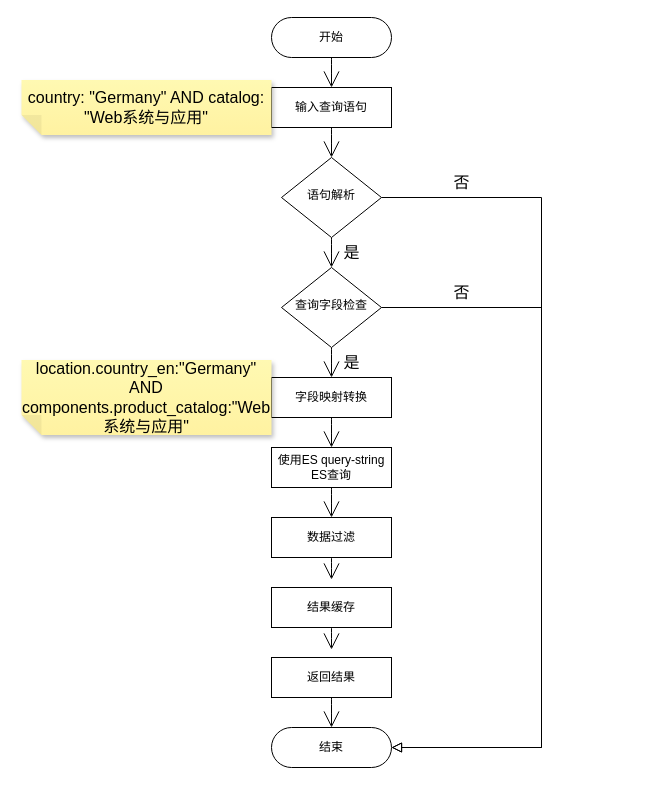
Earlier version of the draw.io diagram 未命名绘图.drawio (Darr-en1/pdf). Source tidied: cells renumbered, new cells numbered last; positions are measured from the earlier drawing's top-left corner, leaving out a move shared by most shapes. Both pictures are drawn from the tidied source at 100%, with x=0, y=0 at pixel (21, 17).
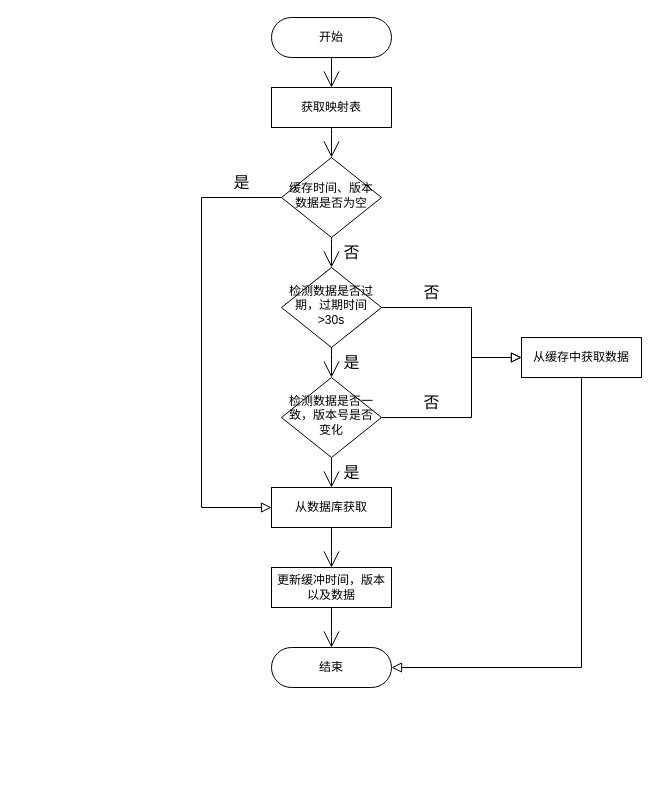
Above is the later version.

Commit message:
更新未命名绘图.drawio

The edit, as a diff of the source:
```diff
@@
-    <mxCell id="4" style="edgeStyle=orthogonalEdgeStyle;rounded=0;html=1;jettySize=auto;fontSize=11;endArrow=block;endFill=0;endSize=8;strokeWidth=1;shadow=0;labelBackgroundColor=none;exitX=1;exitY=0.5;exitDx=0;exitDy=0;entryX=1;entryY=0.5;entryDx=0;entryDy=0;" parent="1" edge="1" source="6" target="7">
-      <mxGeometry y="10" relative="1" as="geometry">
-        <Array as="points">
-          <mxPoint x="520" y="180" />
-          <mxPoint x="520" y="730" />
-        </Array>
-      </mxGeometry>
-    </mxCell>
@@
-    <mxCell id="6" value="语句解析" style="rhombus;whiteSpace=wrap;html=1;shadow=0;fontFamily=Helvetica;fontSize=12;align=center;strokeWidth=1;spacing=6;spacingTop=-4;" parent="1" vertex="1">
+    <mxCell id="6" value="缓存时间、版本数据是否为空" style="rhombus;whiteSpace=wrap;html=1;shadow=0;fontFamily=Helvetica;fontSize=12;align=center;strokeWidth=1;spacing=6;spacingTop=-4;" parent="1" vertex="1">
       <mxGeometry x="260" y="140" width="100" height="80" as="geometry" />
     </mxCell>
     <mxCell id="7" value="结束" style="rounded=1;whiteSpace=wrap;html=1;fontSize=12;glass=0;strokeWidth=1;shadow=0;arcSize=50;" parent="1" vertex="1">
-      <mxGeometry x="250" y="710" width="120" height="40" as="geometry" />
+      <mxGeometry x="250" y="630" width="120" height="40" as="geometry" />
     </mxCell>
@@
-    <mxCell id="9" value="输入查询语句" style="rounded=1;whiteSpace=wrap;html=1;fontSize=12;glass=0;strokeWidth=1;shadow=0;arcSize=0;" parent="1" vertex="1">
+    <mxCell id="9" value="获取映射表" style="rounded=1;whiteSpace=wrap;html=1;fontSize=12;glass=0;strokeWidth=1;shadow=0;arcSize=0;" parent="1" vertex="1">
       <mxGeometry x="250" y="70" width="120" height="40" as="geometry" />
     </mxCell>
-    <mxCell id="10" style="edgeStyle=none;curved=1;rounded=0;jettySize=auto;html=1;exitX=0.5;exitY=1;exitDx=0;exitDy=0;entryX=0.5;entryY=0;entryDx=0;entryDy=0;fontSize=12;endArrow=open;startSize=14;endSize=14;sourcePerimeterSpacing=8;targetPerimeterSpacing=8;" parent="1" edge="1" source="11" target="20">
-      <mxGeometry relative="1" as="geometry" />
+    <mxCell id="10" style="edgeStyle=none;curved=1;rounded=0;jettySize=auto;html=1;exitX=0.5;exitY=1;exitDx=0;exitDy=0;entryX=0.5;entryY=0;entryDx=0;entryDy=0;fontSize=12;endArrow=open;startSize=14;endSize=14;sourcePerimeterSpacing=8;targetPerimeterSpacing=8;" parent="1" edge="1" target="20">
+      <mxGeometry relative="1" as="geometry">
+        <mxPoint x="310" y="400" as="sourcePoint" />
+      </mxGeometry>
     </mxCell>
-    <mxCell id="11" value="字段映射转换" style="rounded=1;whiteSpace=wrap;html=1;fontSize=12;glass=0;strokeWidth=1;shadow=0;arcSize=0;" parent="1" vertex="1">
-      <mxGeometry x="250" y="360" width="120" height="40" as="geometry" />
-    </mxCell>
-    <mxCell id="12" style="edgeStyle=none;curved=1;rounded=0;jettySize=auto;html=1;exitX=0.5;exitY=1;exitDx=0;exitDy=0;entryX=0.5;entryY=0;entryDx=0;entryDy=0;fontSize=12;endArrow=open;startSize=14;endSize=14;sourcePerimeterSpacing=8;targetPerimeterSpacing=8;" parent="1" edge="1" source="13" target="11">
-      <mxGeometry relative="1" as="geometry" />
-    </mxCell>
+    <mxCell id="29" style="edgeStyle=none;curved=1;rounded=0;jettySize=auto;html=1;exitX=0.5;exitY=1;exitDx=0;exitDy=0;entryX=0.5;entryY=0;entryDx=0;entryDy=0;fontSize=12;endArrow=open;startSize=14;endSize=14;sourcePerimeterSpacing=8;targetPerimeterSpacing=8;" parent="1" edge="1" source="13" target="30">
+      <mxGeometry relative="1" as="geometry" />
+    </mxCell>
-    <mxCell id="13" value="查询字段检查" style="rhombus;whiteSpace=wrap;html=1;shadow=0;fontFamily=Helvetica;fontSize=12;align=center;strokeWidth=1;spacing=6;spacingTop=-4;" parent="1" vertex="1">
+    <mxCell id="13" value="检测数据是否过期，过期时间&amp;gt;30s" style="rhombus;whiteSpace=wrap;html=1;shadow=0;fontFamily=Helvetica;fontSize=12;align=center;strokeWidth=1;spacing=6;spacingTop=-4;" parent="1" vertex="1">
       <mxGeometry x="260" y="250" width="100" height="80" as="geometry" />
     </mxCell>
-    <mxCell id="14" value="是" style="text;html=1;align=center;verticalAlign=middle;strokeColor=none;fillColor=none;fontSize=16;" parent="1" vertex="1">
+    <mxCell id="14" value="否" style="text;html=1;align=center;verticalAlign=middle;strokeColor=none;fillColor=none;fontSize=16;" parent="1" vertex="1">
       <mxGeometry x="310" y="220" width="40" height="30" as="geometry" />
     </mxCell>
-    <mxCell id="15" value="否" style="text;html=1;align=center;verticalAlign=middle;strokeColor=none;fillColor=none;fontSize=16;" parent="1" vertex="1">
-      <mxGeometry x="420" y="150" width="40" height="30" as="geometry" />
-    </mxCell>
@@
-    <mxCell id="17" style="edgeStyle=orthogonalEdgeStyle;rounded=0;html=1;jettySize=auto;fontSize=11;endArrow=block;endFill=0;endSize=8;strokeWidth=1;shadow=0;labelBackgroundColor=none;exitX=1;exitY=0.5;exitDx=0;exitDy=0;entryX=1;entryY=0.5;entryDx=0;entryDy=0;" parent="1" edge="1" source="13" target="7">
+    <mxCell id="17" style="edgeStyle=orthogonalEdgeStyle;rounded=0;html=1;jettySize=auto;fontSize=11;endArrow=block;endFill=0;endSize=8;strokeWidth=1;shadow=0;labelBackgroundColor=none;exitX=1;exitY=0.5;exitDx=0;exitDy=0;entryX=0;entryY=0.5;entryDx=0;entryDy=0;" parent="1" edge="1" source="13" target="34">
       <mxGeometry y="10" relative="1" as="geometry">
         <Array as="points">
-          <mxPoint x="520" y="290" />
-          <mxPoint x="520" y="730" />
+          <mxPoint x="450" y="290" />
+          <mxPoint x="450" y="340" />
         </Array>
       </mxGeometry>
     </mxCell>
     <mxCell id="18" value="否" style="text;html=1;align=center;verticalAlign=middle;strokeColor=none;fillColor=none;fontSize=16;" parent="1" vertex="1">
-      <mxGeometry x="420" y="260" width="40" height="30" as="geometry" />
+      <mxGeometry x="390" y="260" width="40" height="30" as="geometry" />
     </mxCell>
@@
-    <mxCell id="20" value="使用ES query-string&lt;br&gt;ES查询" style="rounded=1;whiteSpace=wrap;html=1;fontSize=12;glass=0;strokeWidth=1;shadow=0;arcSize=0;" parent="1" vertex="1">
-      <mxGeometry x="250" y="430" width="120" height="40" as="geometry" />
+    <mxCell id="20" value="从数据库获取" style="rounded=1;whiteSpace=wrap;html=1;fontSize=12;glass=0;strokeWidth=1;shadow=0;arcSize=0;" parent="1" vertex="1">
+      <mxGeometry x="250" y="470" width="120" height="40" as="geometry" />
     </mxCell>
-    <mxCell id="21" style="edgeStyle=none;curved=1;rounded=0;jettySize=auto;html=1;exitX=0.5;exitY=1;exitDx=0;exitDy=0;fontSize=12;endArrow=open;startSize=14;endSize=14;sourcePerimeterSpacing=8;targetPerimeterSpacing=8;" parent="1" edge="1" source="22" target="24">
-      <mxGeometry relative="1" as="geometry" />
-    </mxCell>
-    <mxCell id="22" value="数据过滤" style="rounded=1;whiteSpace=wrap;html=1;fontSize=12;glass=0;strokeWidth=1;shadow=0;arcSize=0;" parent="1" vertex="1">
-      <mxGeometry x="250" y="500" width="120" height="40" as="geometry" />
+    <mxCell id="22" value="更新缓冲时间，版本以及数据" style="rounded=1;whiteSpace=wrap;html=1;fontSize=12;glass=0;strokeWidth=1;shadow=0;arcSize=0;" parent="1" vertex="1">
+      <mxGeometry x="250" y="550" width="120" height="40" as="geometry" />
     </mxCell>
-    <mxCell id="23" style="edgeStyle=none;curved=1;rounded=0;jettySize=auto;html=1;exitX=0.5;exitY=1;exitDx=0;exitDy=0;fontSize=12;endArrow=open;startSize=14;endSize=14;sourcePerimeterSpacing=8;targetPerimeterSpacing=8;" parent="1" edge="1" source="24" target="26">
-      <mxGeometry relative="1" as="geometry" />
-    </mxCell>
-    <mxCell id="24" value="结果缓存" style="rounded=1;whiteSpace=wrap;html=1;fontSize=12;glass=0;strokeWidth=1;shadow=0;arcSize=0;" parent="1" vertex="1">
-      <mxGeometry x="250" y="570" width="120" height="40" as="geometry" />
-    </mxCell>
-    <mxCell id="25" style="edgeStyle=none;curved=1;rounded=0;jettySize=auto;html=1;exitX=0.5;exitY=1;exitDx=0;exitDy=0;entryX=0.5;entryY=0;entryDx=0;entryDy=0;fontSize=12;endArrow=open;startSize=14;endSize=14;sourcePerimeterSpacing=8;targetPerimeterSpacing=8;" parent="1" edge="1" source="26" target="7">
+    <mxCell id="25" style="edgeStyle=none;curved=1;rounded=0;jettySize=auto;html=1;exitX=0.5;exitY=1;exitDx=0;exitDy=0;entryX=0.5;entryY=0;entryDx=0;entryDy=0;fontSize=12;endArrow=open;startSize=14;endSize=14;sourcePerimeterSpacing=8;targetPerimeterSpacing=8;" parent="1" edge="1" source="22" target="7">
       <mxGeometry relative="1" as="geometry" />
     </mxCell>
-    <mxCell id="26" value="返回结果" style="rounded=1;whiteSpace=wrap;html=1;fontSize=12;glass=0;strokeWidth=1;shadow=0;arcSize=0;" parent="1" vertex="1">
-      <mxGeometry x="250" y="640" width="120" height="40" as="geometry" />
-    </mxCell>
-    <mxCell id="27" value="country: &quot;Germany&quot; AND catalog: &quot;Web系统与应用&quot;" style="shape=note;whiteSpace=wrap;html=1;backgroundOutline=1;fontColor=#000000;darkOpacity=0.05;fillColor=#FFF9B2;strokeColor=none;fillStyle=solid;direction=west;gradientDirection=north;gradientColor=#FFF2A1;shadow=1;size=20;fontSize=16;" parent="1" vertex="1">
-      <mxGeometry y="62.5" width="250" height="55" as="geometry" />
-    </mxCell>
-    <mxCell id="28" value="location.country_en:&quot;Germany&quot; AND components.product_catalog:&quot;Web系统与应用&quot;" style="shape=note;whiteSpace=wrap;html=1;backgroundOutline=1;fontColor=#000000;darkOpacity=0.05;fillColor=#FFF9B2;strokeColor=none;fillStyle=solid;direction=west;gradientDirection=north;gradientColor=#FFF2A1;shadow=1;size=20;fontSize=16;" parent="1" vertex="1">
-      <mxGeometry y="342.5" width="250" height="75" as="geometry" />
-    </mxCell>
+    <mxCell id="30" value="检测数据是否一致，版本号是否变化" style="rhombus;whiteSpace=wrap;html=1;shadow=0;fontFamily=Helvetica;fontSize=12;align=center;strokeWidth=1;spacing=6;spacingTop=-4;" parent="1" vertex="1">
+      <mxGeometry x="260" y="360" width="100" height="80" as="geometry" />
+    </mxCell>
+    <mxCell id="31" style="edgeStyle=orthogonalEdgeStyle;rounded=0;html=1;jettySize=auto;fontSize=11;endArrow=block;endFill=0;endSize=8;strokeWidth=1;shadow=0;labelBackgroundColor=none;exitX=0;exitY=0.5;exitDx=0;exitDy=0;entryX=0;entryY=0.5;entryDx=0;entryDy=0;" parent="1" edge="1" source="6" target="20">
+      <mxGeometry y="10" relative="1" as="geometry">
+        <Array as="points">
+          <mxPoint x="180" y="180" />
+          <mxPoint x="180" y="490" />
+        </Array>
+      </mxGeometry>
+    </mxCell>
+    <mxCell id="32" value="是" style="text;html=1;align=center;verticalAlign=middle;strokeColor=none;fillColor=none;fontSize=16;" parent="1" vertex="1">
+      <mxGeometry x="200" y="150" width="40" height="30" as="geometry" />
+    </mxCell>
+    <mxCell id="33" style="edgeStyle=orthogonalEdgeStyle;rounded=0;html=1;jettySize=auto;fontSize=11;endArrow=block;endFill=0;endSize=8;strokeWidth=1;shadow=0;labelBackgroundColor=none;exitX=1;exitY=0.5;exitDx=0;exitDy=0;entryX=0;entryY=0.5;entryDx=0;entryDy=0;" parent="1" edge="1" source="30" target="34">
+      <mxGeometry y="10" relative="1" as="geometry">
+        <Array as="points">
+          <mxPoint x="450" y="400" />
+          <mxPoint x="450" y="340" />
+        </Array>
+      </mxGeometry>
+    </mxCell>
+    <mxCell id="34" value="从缓存中获取数据" style="rounded=1;whiteSpace=wrap;html=1;fontSize=12;glass=0;strokeWidth=1;shadow=0;arcSize=0;" parent="1" vertex="1">
+      <mxGeometry x="500" y="320" width="120" height="40" as="geometry" />
+    </mxCell>
+    <mxCell id="15" value="否" style="text;html=1;align=center;verticalAlign=middle;strokeColor=none;fillColor=none;fontSize=16;" parent="1" vertex="1">
+      <mxGeometry x="390" y="370" width="40" height="30" as="geometry" />
+    </mxCell>
+    <mxCell id="35" style="edgeStyle=orthogonalEdgeStyle;rounded=0;html=1;jettySize=auto;fontSize=11;endArrow=block;endFill=0;endSize=8;strokeWidth=1;shadow=0;labelBackgroundColor=none;exitX=0.5;exitY=1;exitDx=0;exitDy=0;entryX=1;entryY=0.5;entryDx=0;entryDy=0;" parent="1" edge="1" source="34" target="7">
+      <mxGeometry y="10" relative="1" as="geometry">
+        <Array as="points">
+          <mxPoint x="560" y="650" />
+        </Array>
+      </mxGeometry>
+    </mxCell>
+    <mxCell id="36" value="是" style="text;html=1;align=center;verticalAlign=middle;strokeColor=none;fillColor=none;fontSize=16;" parent="1" vertex="1">
+      <mxGeometry x="310" y="440" width="40" height="30" as="geometry" />
+    </mxCell>
```
